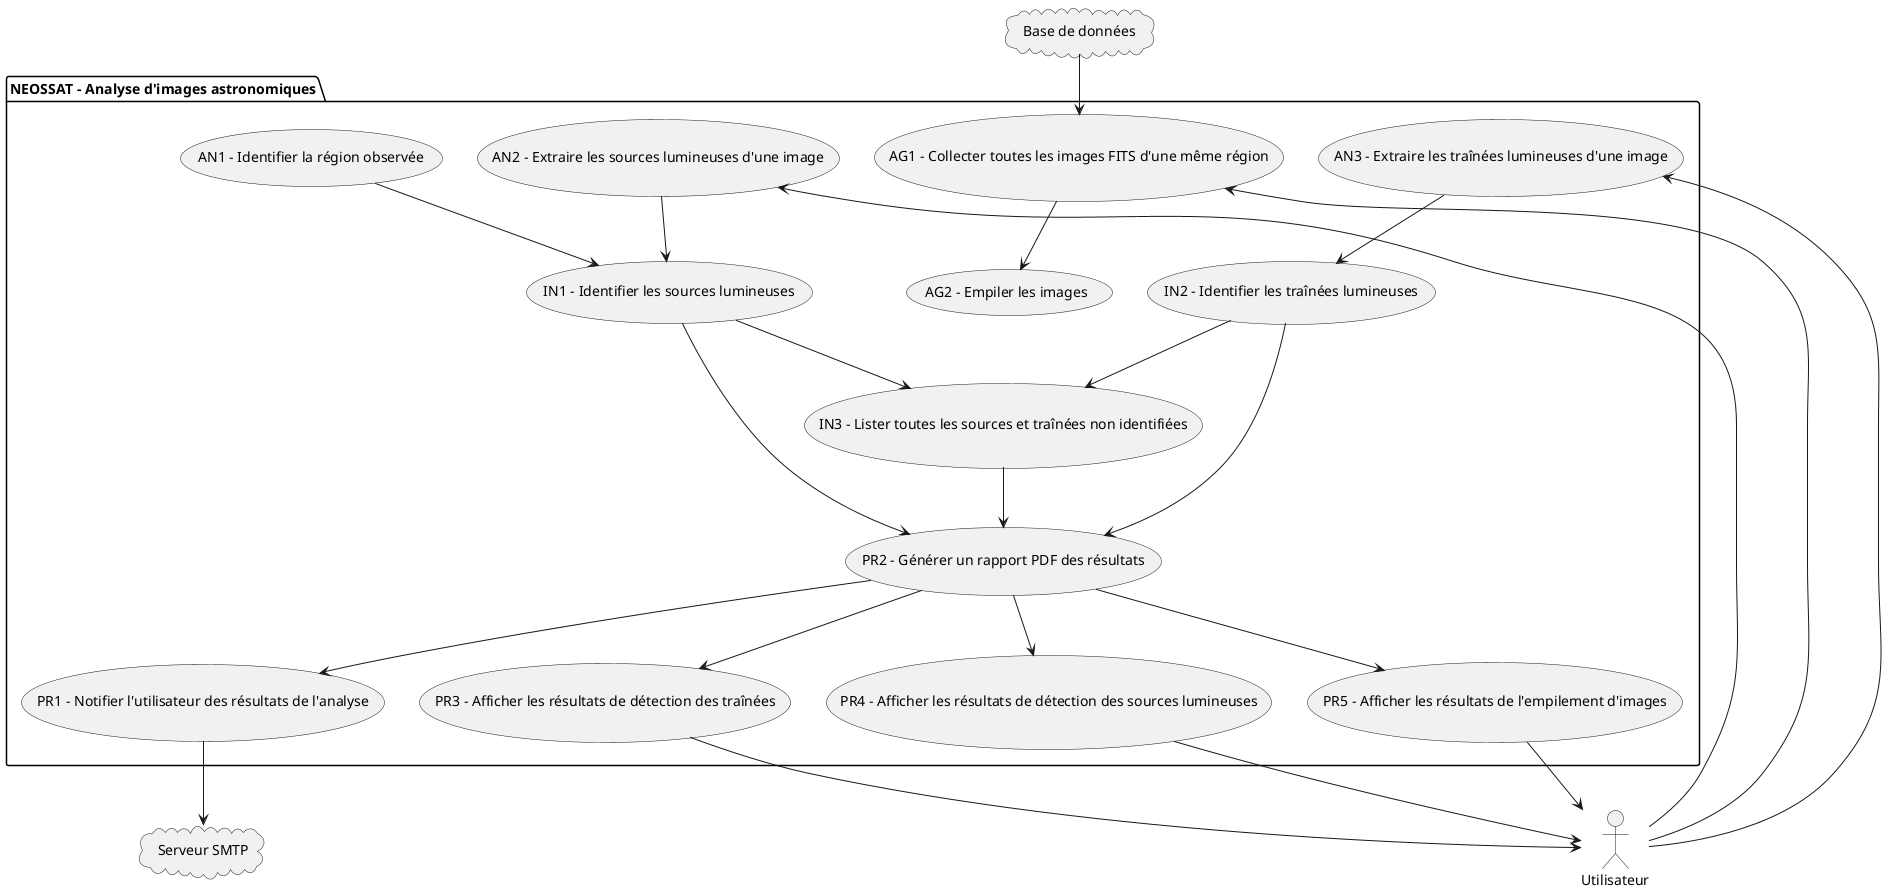
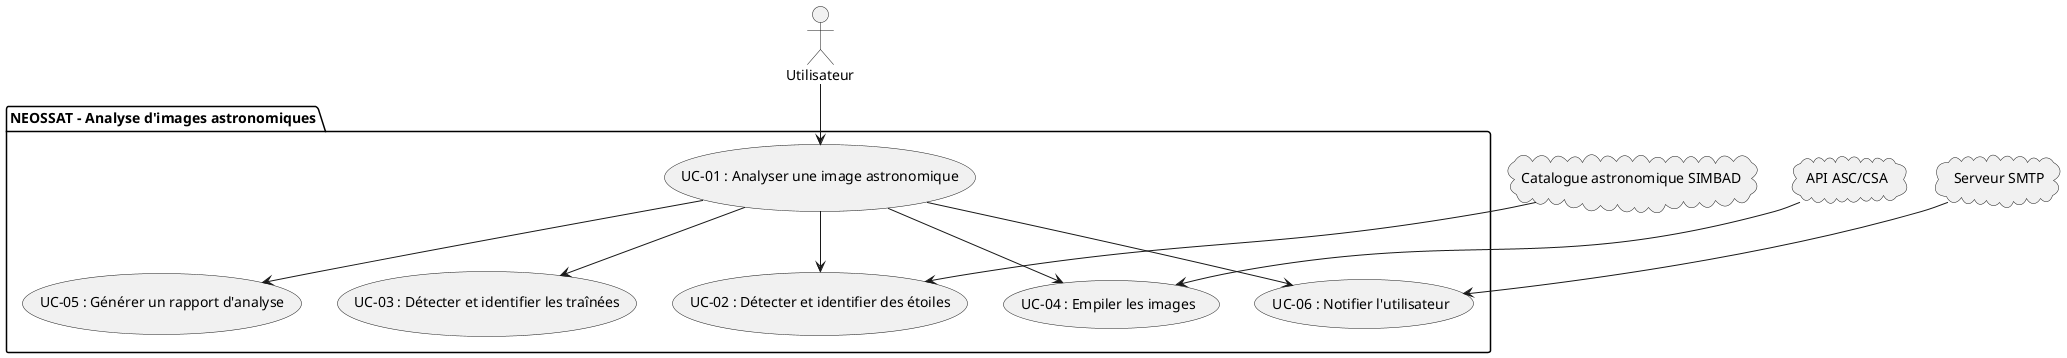
@startuml use-case-fr
+ top to bottom direction

actor Utilisateur

- cloud "Base de données" as DB
+ cloud "Catalogue astronomique SIMBAD" as SIMBAD
+ cloud "API ASC/CSA" as SAT
cloud "Serveur SMTP" as SMTP

package "NEOSSAT - Analyse d'images astronomiques" {

-     usecase "AG1 - Collecter toutes les images FITS d'une même région" as AG1
-     usecase "AG2 - Empiler les images" as AG2
- 
-     usecase "AN1 - Identifier la région observée" as AN1
-     usecase "AN2 - Extraire les sources lumineuses d'une image" as AN2
-     usecase "AN3 - Extraire les traînées lumineuses d'une image" as AN3
- 
-     usecase "IN1 - Identifier les sources lumineuses" as IN1
-     usecase "IN2 - Identifier les traînées lumineuses" as IN2
-     usecase "IN3 - Lister toutes les sources et traînées non identifiées" as IN3
- 
-     usecase "PR1 - Notifier l'utilisateur des résultats de l'analyse" as PR1
-     usecase "PR2 - Générer un rapport PDF des résultats" as PR2
-     usecase "PR3 - Afficher les résultats de détection des traînées" as PR3
-     usecase "PR4 - Afficher les résultats de détection des sources lumineuses" as PR4
-     usecase "PR5 - Afficher les résultats de l'empilement d'images" as PR5
+     usecase "UC-01 : Analyser une image astronomique" as UC01
+     usecase "UC-02 : Détecter et identifier des étoiles" as UC02
+     usecase "UC-03 : Détecter et identifier les traînées" as UC03
+     usecase "UC-04 : Empiler les images" as UC04
+     usecase "UC-05 : Générer un rapport d'analyse" as UC05
+     usecase "UC-06 : Notifier l'utilisateur" as UC06

}

- Utilisateur --> AG1
- Utilisateur --> AN2
- Utilisateur --> AN3
+ Utilisateur --> UC01

- DB --> AG1
- AG1 --> AG2
+ UC01 --> UC02
+ UC01 --> UC03
+ UC01 --> UC05
+ UC01 --> UC06

- AN1 --> IN1
- AN2 --> IN1
- IN1 --> PR2
- AN3 --> IN2
- IN2 --> PR2
- IN1 --> IN3
- IN2 --> IN3
- IN3 --> PR2
+ UC01 --> UC04

- PR2 --> PR1
- PR1 --> SMTP
- PR2 --> PR3
- PR3 --> Utilisateur
- PR2 --> PR4
- PR4 --> Utilisateur
- PR2 --> PR5
- PR5 --> Utilisateur
+ SIMBAD --> UC02
+ SAT --> UC04
+ SMTP --> UC06

@enduml